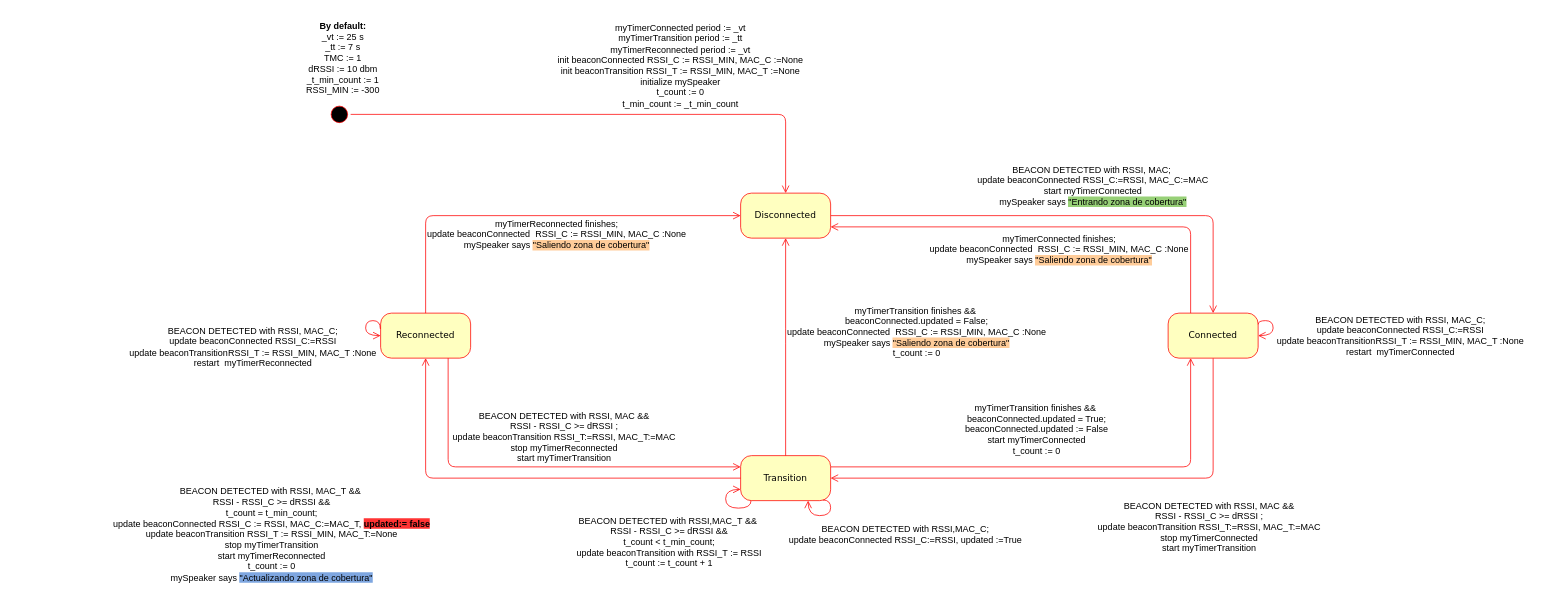
Before: areasVisor.drawio in CesarRodriguez14/Tag_Vehiculo_4_0_Diagramas, a draw.io diagram. Source tidied: cells renumbered, new cells numbered last; positions are measured from the earlier drawing's top-left corner, leaving out a move shared by most shapes. Both pictures are drawn from the tidied source at 75%, with x=0, y=0 at pixel (103, 13).
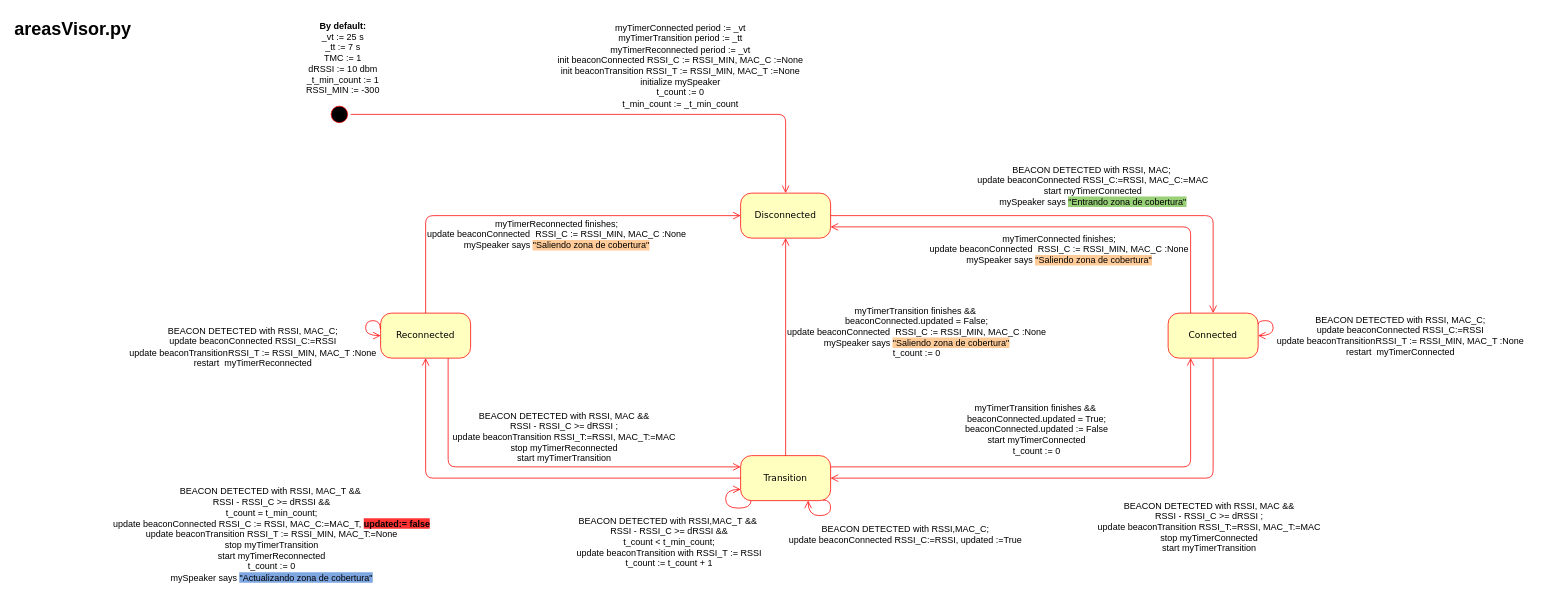
The same diagram, later.

The edit, as a diff of the source:
```diff
@@
+    <mxCell id="34" value="&lt;h1 style=&quot;margin-top: 0px;&quot;&gt;areasVisor.py&lt;/h1&gt;" style="text;html=1;whiteSpace=wrap;overflow=hidden;rounded=0;" parent="1" vertex="1">
+      <mxGeometry x="-120" width="180" height="40" as="geometry" />
+    </mxCell>
```
